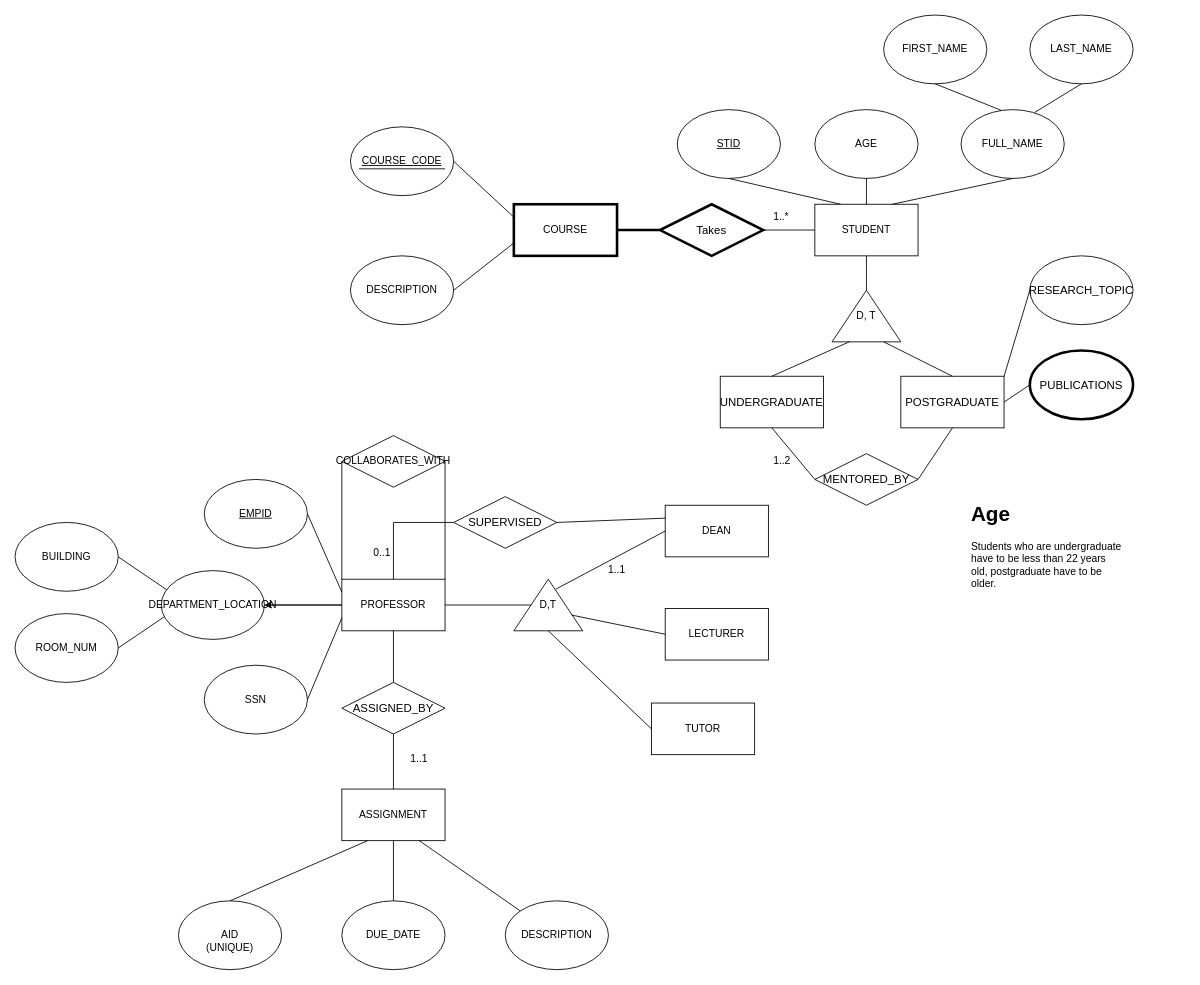
This is DM-HW1_Janis & Cuihuan.drawio from us-ja/Data_Management, a draw.io file, before an edit. Source tidied: cells renumbered, new cells numbered last; positions are measured from the earlier drawing's top-left corner, leaving out a move shared by most shapes. Both pictures are drawn from the tidied source at 86%, with x=0, y=0 at pixel (15, 15).
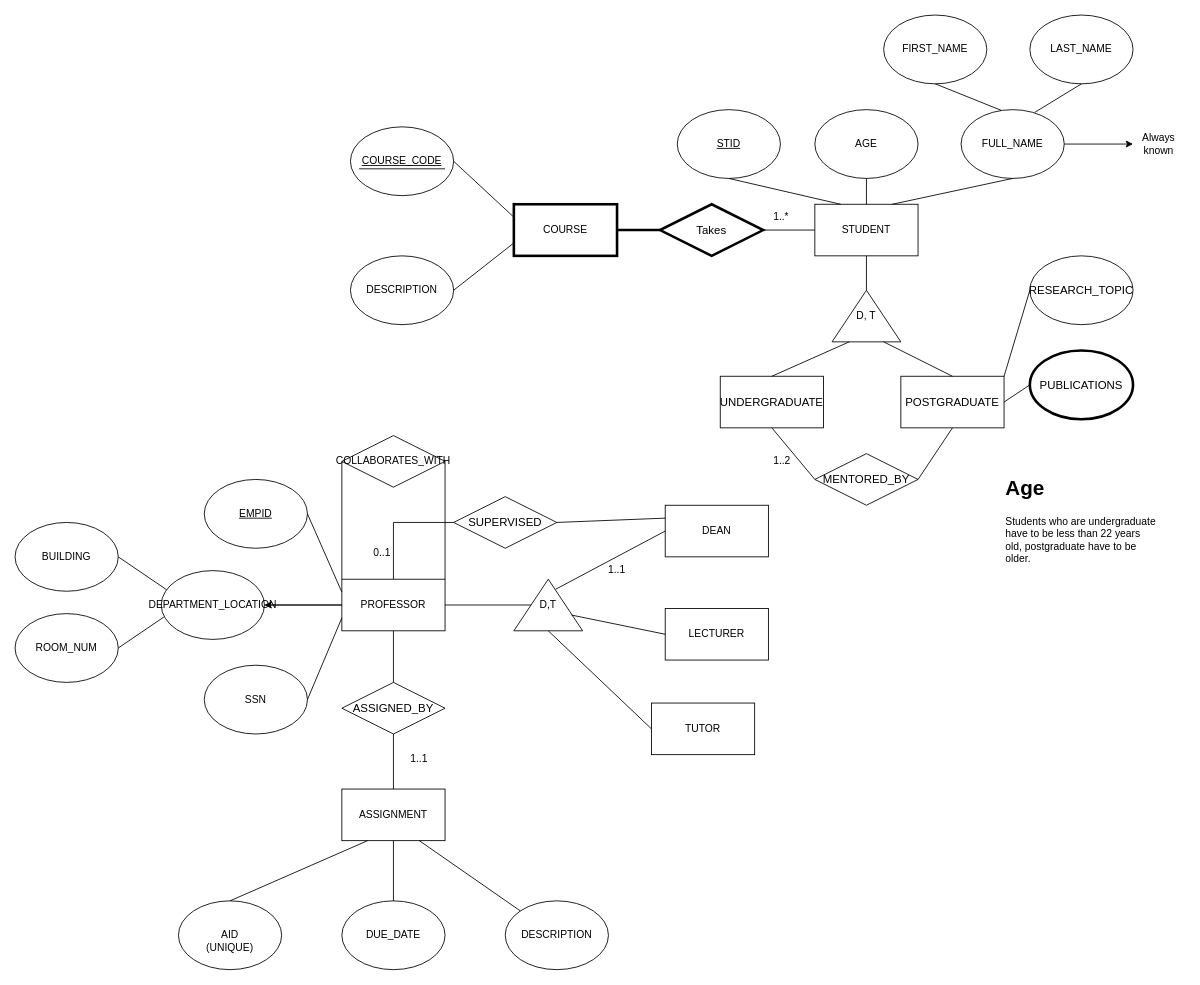
The same page after the edit.

Commit message:
comment to full_name

The change refers to these unchanged cells:
```xml
<mxCell id="4" value="FULL_NAME" style="ellipse;whiteSpace=wrap;html=1;" parent="1" vertex="1">
  <mxGeometry x="1100" y="110" width="120" height="80" as="geometry" />
</mxCell>
```

The edit, as a diff of the source:
```diff
@@
+    <mxCell id="79" style="edgeStyle=orthogonalEdgeStyle;rounded=0;jettySize=auto;html=1;" parent="1" edge="1" source="4" target="80">
+      <mxGeometry relative="1" as="geometry" />
+    </mxCell>
@@
     <mxCell id="78" value="&lt;h1 style=&quot;margin-top: 0px;&quot;&gt;Age&amp;nbsp;&lt;/h1&gt;&lt;div&gt;Students who are undergraduate have to be less than 22 years old, postgraduate have to be older.&lt;/div&gt;" style="text;html=1;whiteSpace=wrap;overflow=hidden;rounded=0;" parent="1" vertex="1">
-      <mxGeometry x="1110" y="560" width="180" height="120" as="geometry" />
+      <mxGeometry x="1150" y="530" width="180" height="120" as="geometry" />
     </mxCell>
+    <mxCell id="80" value="Always known" style="text;html=1;align=center;verticalAlign=middle;whiteSpace=wrap;rounded=0;" parent="1" vertex="1">
+      <mxGeometry x="1300" y="135" width="60" height="30" as="geometry" />
+    </mxCell>
```
